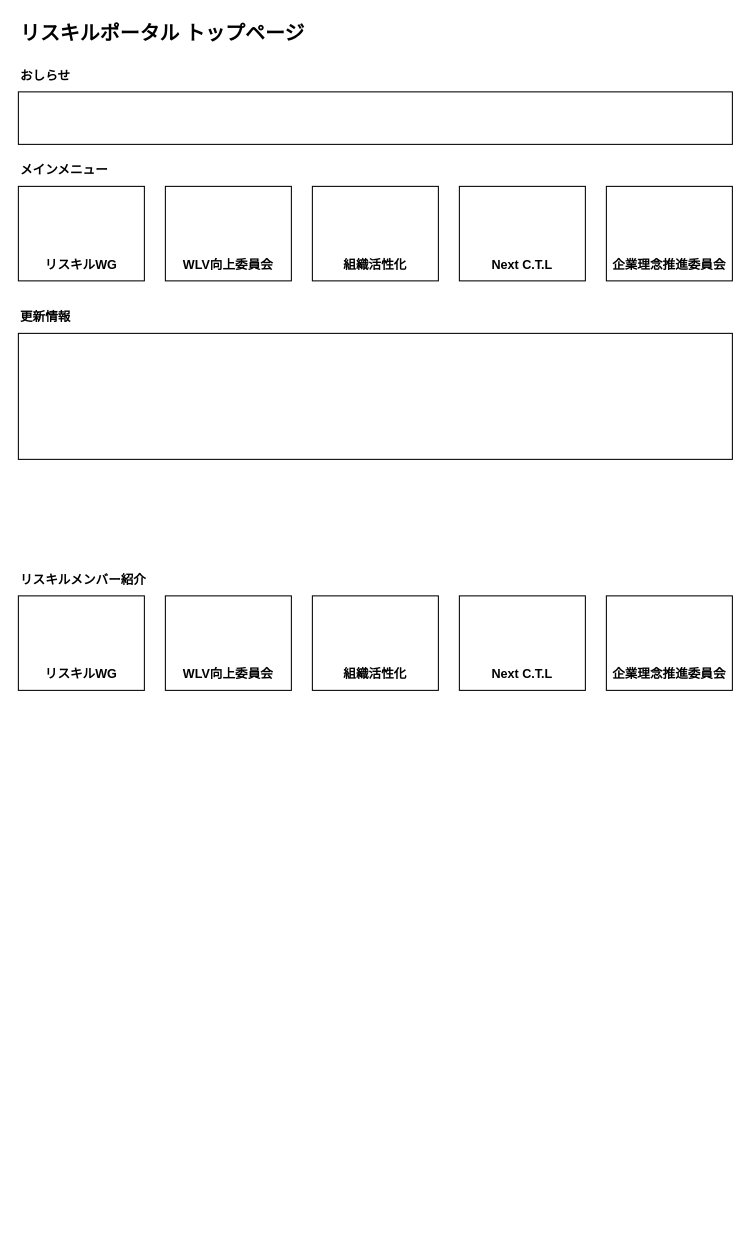
Before: page "メインページ" (1 of 3) of 20250702_リスキルサイト案.drawio in reizo0901/drawio, a draw.io diagram. Source tidied: cells renumbered, new cells numbered last; positions are measured from the earlier drawing's top-left corner, leaving out a move shared by most shapes. Both pictures are drawn from the tidied source at 105%, with x=0, y=0 at pixel (18, 18).
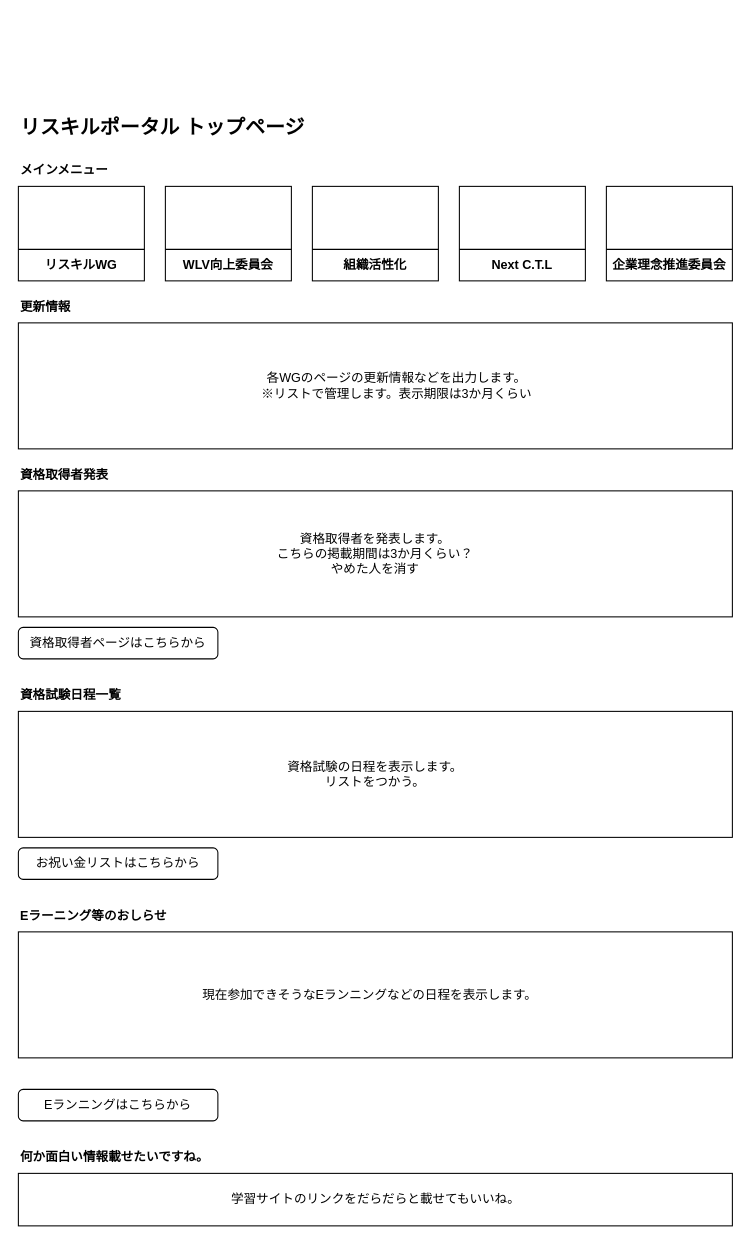
After the change.

Commit message (it also covers changes not shown here):
20250702_リスキルサイト案.drawio を更新します

The change refers to these unchanged cells:
```xml
<mxCell id="10" value="リスキルWG" style="text;html=1;align=center;verticalAlign=middle;whiteSpace=wrap;rounded=0;fontSize=12;fontStyle=1;" parent="1" vertex="1">
  <mxGeometry y="220" width="120" height="30" as="geometry" />
</mxCell>
```

Change to the diagram source:
```diff
@@
     <mxCell id="2" value="リスキルポータル トップページ" style="text;html=1;align=left;verticalAlign=middle;whiteSpace=wrap;rounded=0;fontSize=19;fontStyle=1;" parent="1" vertex="1">
-      <mxGeometry width="300" height="30" as="geometry" />
+      <mxGeometry y="90" width="300" height="30" as="geometry" />
     </mxCell>
@@
-    <mxCell id="9" value="リスキルメンバー紹介" style="text;html=1;align=left;verticalAlign=middle;whiteSpace=wrap;rounded=0;fontSize=12;fontStyle=1;" parent="1" vertex="1">
-      <mxGeometry y="520" width="240" height="30" as="geometry" />
-    </mxCell>
@@
     <mxCell id="15" value="更新情報" style="text;html=1;align=left;verticalAlign=middle;whiteSpace=wrap;rounded=0;fontSize=12;fontStyle=1;" parent="1" vertex="1">
-      <mxGeometry y="270" width="120" height="30" as="geometry" />
+      <mxGeometry y="260" width="120" height="30" as="geometry" />
     </mxCell>
     <mxCell id="16" style="rounded=0;whiteSpace=wrap;html=1;" parent="1" vertex="1">
-      <mxGeometry y="300" width="680" height="120" as="geometry" />
+      <mxGeometry y="290" width="680" height="120" as="geometry" />
     </mxCell>
-    <mxCell id="17" value="おしらせ" style="text;html=1;align=left;verticalAlign=middle;whiteSpace=wrap;rounded=0;fontSize=12;fontStyle=1;" parent="1" vertex="1">
-      <mxGeometry y="40" width="240" height="30" as="geometry" />
-    </mxCell>
-    <mxCell id="18" style="rounded=0;whiteSpace=wrap;html=1;" parent="1" vertex="1">
-      <mxGeometry y="70" width="680" height="50" as="geometry" />
-    </mxCell>
-    <mxCell id="19" style="rounded=0;whiteSpace=wrap;html=1;" parent="1" vertex="1">
-      <mxGeometry y="550" width="120" height="90" as="geometry" />
-    </mxCell>
-    <mxCell id="20" style="rounded=0;whiteSpace=wrap;html=1;" parent="1" vertex="1">
-      <mxGeometry x="140" y="550" width="120" height="90" as="geometry" />
-    </mxCell>
-    <mxCell id="21" style="rounded=0;whiteSpace=wrap;html=1;" parent="1" vertex="1">
-      <mxGeometry x="280" y="550" width="120" height="90" as="geometry" />
-    </mxCell>
-    <mxCell id="22" style="rounded=0;whiteSpace=wrap;html=1;" parent="1" vertex="1">
-      <mxGeometry x="420" y="550" width="120" height="90" as="geometry" />
-    </mxCell>
-    <mxCell id="23" style="rounded=0;whiteSpace=wrap;html=1;" parent="1" vertex="1">
-      <mxGeometry x="560" y="550" width="120" height="90" as="geometry" />
-    </mxCell>
-    <mxCell id="24" value="リスキルWG" style="text;html=1;align=center;verticalAlign=middle;whiteSpace=wrap;rounded=0;fontSize=12;fontStyle=1;" parent="1" vertex="1">
-      <mxGeometry y="610" width="120" height="30" as="geometry" />
-    </mxCell>
-    <mxCell id="25" value="WLV向上委員会" style="text;html=1;align=center;verticalAlign=middle;whiteSpace=wrap;rounded=0;fontSize=12;fontStyle=1;" parent="1" vertex="1">
-      <mxGeometry x="140" y="610" width="120" height="30" as="geometry" />
-    </mxCell>
-    <mxCell id="26" value="組織活性化" style="text;html=1;align=center;verticalAlign=middle;whiteSpace=wrap;rounded=0;fontSize=12;fontStyle=1;" parent="1" vertex="1">
-      <mxGeometry x="280" y="610" width="120" height="30" as="geometry" />
-    </mxCell>
-    <mxCell id="27" value="Next C.T.L" style="text;html=1;align=center;verticalAlign=middle;whiteSpace=wrap;rounded=0;fontSize=12;fontStyle=1;" parent="1" vertex="1">
-      <mxGeometry x="420" y="610" width="120" height="30" as="geometry" />
-    </mxCell>
-    <mxCell id="28" value="企業理念推進委員会" style="text;html=1;align=center;verticalAlign=middle;whiteSpace=wrap;rounded=0;fontSize=12;fontStyle=1;" parent="1" vertex="1">
-      <mxGeometry x="560" y="610" width="120" height="30" as="geometry" />
-    </mxCell>
+    <mxCell id="29" value="各WGのページの更新情報などを出力します。&lt;div&gt;※リストで管理します。表示期限は3か月くらい&lt;/div&gt;" style="text;html=1;align=center;verticalAlign=middle;whiteSpace=wrap;rounded=0;" parent="1" vertex="1">
+      <mxGeometry x="212.5" y="322.5" width="295" height="55" as="geometry" />
+    </mxCell>
+    <mxCell id="30" value="何か面白い情報載せたいですね。" style="text;html=1;align=left;verticalAlign=middle;whiteSpace=wrap;rounded=0;fontSize=12;fontStyle=1;" parent="1" vertex="1">
+      <mxGeometry y="1070" width="240" height="30" as="geometry" />
+    </mxCell>
+    <mxCell id="31" style="rounded=0;whiteSpace=wrap;html=1;" parent="1" vertex="1">
+      <mxGeometry y="1100" width="680" height="50" as="geometry" />
+    </mxCell>
+    <mxCell id="32" value="学習サイトのリンクをだらだらと載せてもいいね。" style="text;html=1;align=center;verticalAlign=middle;whiteSpace=wrap;rounded=0;" parent="1" vertex="1">
+      <mxGeometry x="172.5" y="1110" width="335" height="30" as="geometry" />
+    </mxCell>
+    <mxCell id="33" value="資格取得者発表" style="text;html=1;align=left;verticalAlign=middle;whiteSpace=wrap;rounded=0;fontSize=12;fontStyle=1;" parent="1" vertex="1">
+      <mxGeometry y="420" width="120" height="30" as="geometry" />
+    </mxCell>
+    <mxCell id="34" style="rounded=0;whiteSpace=wrap;html=1;" parent="1" vertex="1">
+      <mxGeometry y="450" width="680" height="120" as="geometry" />
+    </mxCell>
+    <mxCell id="35" value="資格取得者を発表します。&lt;div&gt;こちらの掲載期間は3か月くらい？&lt;/div&gt;&lt;div&gt;やめた人を消す&lt;/div&gt;" style="text;html=1;align=center;verticalAlign=middle;whiteSpace=wrap;rounded=0;" parent="1" vertex="1">
+      <mxGeometry x="225" y="480" width="230" height="60" as="geometry" />
+    </mxCell>
+    <mxCell id="36" value="資格試験日程一覧" style="text;html=1;align=left;verticalAlign=middle;whiteSpace=wrap;rounded=0;fontSize=12;fontStyle=1;" parent="1" vertex="1">
+      <mxGeometry y="630" width="120" height="30" as="geometry" />
+    </mxCell>
+    <mxCell id="37" style="rounded=0;whiteSpace=wrap;html=1;" parent="1" vertex="1">
+      <mxGeometry y="660" width="680" height="120" as="geometry" />
+    </mxCell>
+    <mxCell id="38" value="資格試験の日程を表示します。&lt;div&gt;リストをつかう。&lt;/div&gt;" style="text;html=1;align=center;verticalAlign=middle;whiteSpace=wrap;rounded=0;" parent="1" vertex="1">
+      <mxGeometry x="225" y="680" width="230" height="80" as="geometry" />
+    </mxCell>
+    <mxCell id="39" value="Eラーニング等のおしらせ" style="text;html=1;align=left;verticalAlign=middle;whiteSpace=wrap;rounded=0;fontSize=12;fontStyle=1;" parent="1" vertex="1">
+      <mxGeometry y="840" width="160" height="30" as="geometry" />
+    </mxCell>
+    <mxCell id="40" style="rounded=0;whiteSpace=wrap;html=1;" parent="1" vertex="1">
+      <mxGeometry y="870" width="680" height="120" as="geometry" />
+    </mxCell>
+    <mxCell id="41" value="現在参加できそうなEランニングなどの日程を表示します。" style="text;html=1;align=center;verticalAlign=middle;whiteSpace=wrap;rounded=0;" parent="1" vertex="1">
+      <mxGeometry x="150" y="915" width="370" height="30" as="geometry" />
+    </mxCell>
+    <mxCell id="42" style="endArrow=none;html=1;rounded=0;exitX=0;exitY=0;exitDx=0;exitDy=0;entryX=1;entryY=0;entryDx=0;entryDy=0;" parent="1" edge="1" source="10" target="10">
+      <mxGeometry relative="1" as="geometry" />
+    </mxCell>
+    <mxCell id="43" style="endArrow=none;html=1;rounded=0;exitX=0;exitY=0;exitDx=0;exitDy=0;entryX=1;entryY=0;entryDx=0;entryDy=0;" parent="1" edge="1">
+      <mxGeometry relative="1" as="geometry">
+        <mxPoint x="140" y="220" as="sourcePoint" />
+        <mxPoint x="260" y="220" as="targetPoint" />
+      </mxGeometry>
+    </mxCell>
+    <mxCell id="44" style="endArrow=none;html=1;rounded=0;exitX=0;exitY=0;exitDx=0;exitDy=0;entryX=1;entryY=0;entryDx=0;entryDy=0;" parent="1" edge="1">
+      <mxGeometry relative="1" as="geometry">
+        <mxPoint x="280" y="220" as="sourcePoint" />
+        <mxPoint x="400" y="220" as="targetPoint" />
+      </mxGeometry>
+    </mxCell>
+    <mxCell id="45" style="endArrow=none;html=1;rounded=0;exitX=0;exitY=0;exitDx=0;exitDy=0;entryX=1;entryY=0;entryDx=0;entryDy=0;" parent="1" edge="1">
+      <mxGeometry relative="1" as="geometry">
+        <mxPoint x="420" y="220" as="sourcePoint" />
+        <mxPoint x="540" y="220" as="targetPoint" />
+      </mxGeometry>
+    </mxCell>
+    <mxCell id="46" style="endArrow=none;html=1;rounded=0;exitX=0;exitY=0;exitDx=0;exitDy=0;entryX=1;entryY=0;entryDx=0;entryDy=0;" parent="1" edge="1">
+      <mxGeometry relative="1" as="geometry">
+        <mxPoint x="560" y="220" as="sourcePoint" />
+        <mxPoint x="680" y="220" as="targetPoint" />
+      </mxGeometry>
+    </mxCell>
+    <mxCell id="47" value="お祝い金リストはこちらから" style="rounded=1;whiteSpace=wrap;html=1;" parent="1" vertex="1">
+      <mxGeometry y="790" width="190" height="30" as="geometry" />
+    </mxCell>
+    <mxCell id="48" value="Eランニングはこちらから" style="rounded=1;whiteSpace=wrap;html=1;" parent="1" vertex="1">
+      <mxGeometry y="1020" width="190" height="30" as="geometry" />
+    </mxCell>
+    <mxCell id="49" value="資格取得者ページはこちらから" style="rounded=1;whiteSpace=wrap;html=1;" parent="1" vertex="1">
+      <mxGeometry y="580" width="190" height="30" as="geometry" />
+    </mxCell>
```
